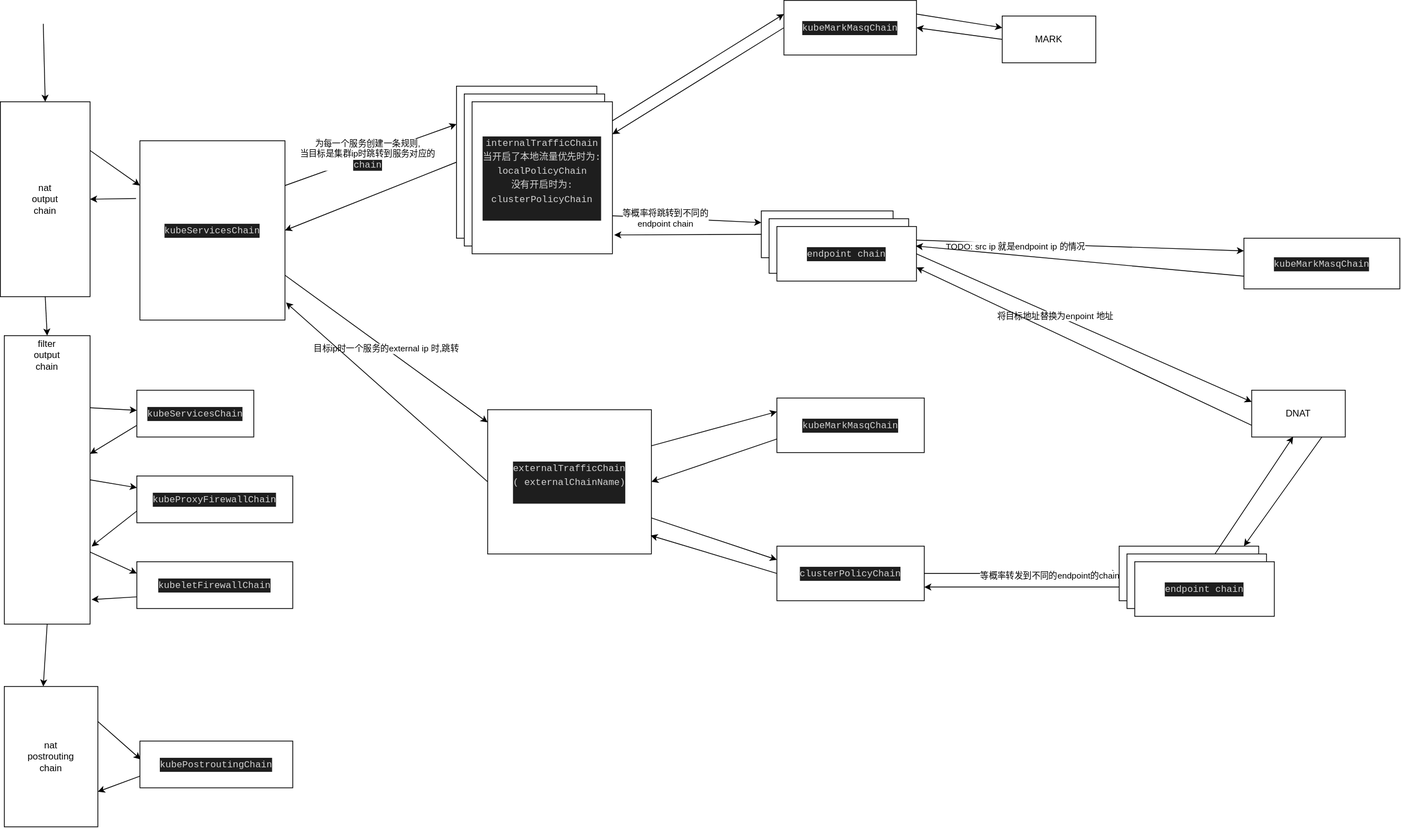
FanHa/fanha.github.io keeps this draw.io diagram as Kubernetes/resource/kubeProxyInitOutputChainJump.drawio.svg. Above is the earlier version. Source tidied: cells renumbered, new cells last; positions are measured from the earlier drawing's top-left corner, leaving out a move shared by most shapes.
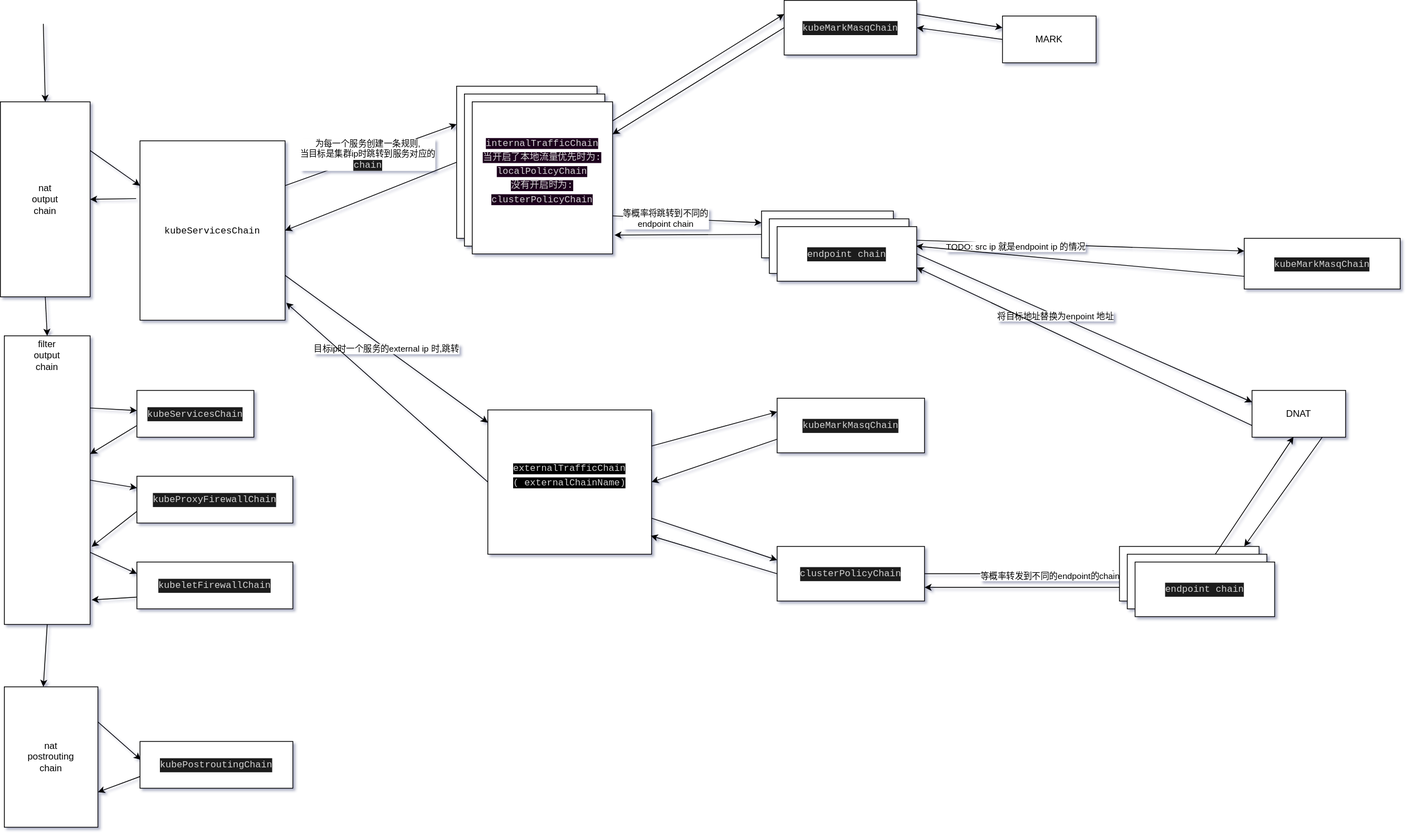
After the change.

Diff of the diagram source:
```diff
@@ -1,4 +1,4 @@
-<mxGraphModel>
+<mxGraphModel shadow="1">
   <root>
     <mxCell id="0" />
     <mxCell id="1" parent="0" />
@@ -61,7 +61,7 @@
     <mxCell id="20" value="目标ip时一个服务的external ip 时,跳转" style="edgeStyle=none;html=1;exitX=1;exitY=0.75;exitDx=0;exitDy=0;" parent="1" edge="1" source="21" target="55">
       <mxGeometry relative="1" as="geometry" />
     </mxCell>
-    <mxCell id="21" value="&lt;div style=&quot;color: rgb(212, 212, 212); background-color: rgb(30, 30, 30); font-family: Menlo, Monaco, &amp;quot;Courier New&amp;quot;, monospace; line-height: 18px;&quot;&gt;kubeServicesChain&lt;/div&gt;" style="rounded=0;whiteSpace=wrap;html=1;" parent="1" vertex="1">
+    <mxCell id="21" value="&lt;div style=&quot;font-family: Menlo, Monaco, &amp;quot;Courier New&amp;quot;, monospace; line-height: 18px;&quot;&gt;kubeServicesChain&lt;/div&gt;" style="rounded=0;whiteSpace=wrap;html=1;" parent="1" vertex="1">
       <mxGeometry x="179" y="180" width="186" height="230" as="geometry" />
     </mxCell>
     <mxCell id="22" style="endArrow=classic;html=1;entryX=0.5;entryY=0;entryDx=0;entryDy=0;" parent="1" edge="1" target="16">
@@ -101,7 +101,7 @@
         <mxPoint y="-1" as="offset" />
       </mxGeometry>
     </mxCell>
-    <mxCell id="33" value="&lt;div style=&quot;color: rgb(212, 212, 212); background-color: rgb(30, 30, 30); font-family: Menlo, Monaco, &amp;quot;Courier New&amp;quot;, monospace; line-height: 18px;&quot;&gt;&lt;div style=&quot;line-height: 18px;&quot;&gt;internalTrafficChain&lt;/div&gt;&lt;div style=&quot;line-height: 18px;&quot;&gt;当开启了本地流量优先时为:&lt;/div&gt;&lt;div style=&quot;line-height: 18px;&quot;&gt;&lt;div style=&quot;line-height: 18px;&quot;&gt;localPolicyChain&lt;/div&gt;&lt;div style=&quot;line-height: 18px;&quot;&gt;没有开启时为:&lt;br&gt;&lt;div style=&quot;line-height: 18px;&quot;&gt;clusterPolicyChain&lt;/div&gt;&lt;div style=&quot;line-height: 18px;&quot;&gt;&lt;br&gt;&lt;/div&gt;&lt;/div&gt;&lt;/div&gt;&lt;/div&gt;" style="rounded=0;whiteSpace=wrap;html=1;" parent="1" vertex="1">
+    <mxCell id="33" value="&lt;div style=&quot;color: rgb(212, 212, 212); font-family: Menlo, Monaco, &amp;quot;Courier New&amp;quot;, monospace; line-height: 18px;&quot;&gt;&lt;div style=&quot;line-height: 18px;&quot;&gt;&lt;span style=&quot;background-color: rgb(30, 0, 30);&quot;&gt;internalTrafficChain&lt;/span&gt;&lt;/div&gt;&lt;div style=&quot;line-height: 18px;&quot;&gt;&lt;span style=&quot;background-color: rgb(30, 0, 30);&quot;&gt;当开启了本地流量优先时为:&lt;/span&gt;&lt;/div&gt;&lt;div style=&quot;line-height: 18px;&quot;&gt;&lt;div style=&quot;line-height: 18px;&quot;&gt;&lt;span style=&quot;background-color: rgb(30, 0, 30);&quot;&gt;localPolicyChain&lt;/span&gt;&lt;/div&gt;&lt;div style=&quot;line-height: 18px;&quot;&gt;&lt;span style=&quot;background-color: rgb(30, 0, 30);&quot;&gt;没有开启时为:&lt;br&gt;&lt;/span&gt;&lt;div style=&quot;line-height: 18px;&quot;&gt;&lt;span style=&quot;background-color: rgb(30, 0, 30);&quot;&gt;clusterPolicyChain&lt;/span&gt;&lt;/div&gt;&lt;div style=&quot;line-height: 18px;&quot;&gt;&lt;br&gt;&lt;/div&gt;&lt;/div&gt;&lt;/div&gt;&lt;/div&gt;" style="rounded=0;whiteSpace=wrap;html=1;" parent="1" vertex="1">
       <mxGeometry x="605" y="130" width="180" height="195" as="geometry" />
     </mxCell>
     <mxCell id="34" style="edgeStyle=none;html=1;exitX=0;exitY=0.5;exitDx=0;exitDy=0;" parent="1" edge="1" source="36" target="33">
@@ -167,7 +167,7 @@
     <mxCell id="54" style="edgeStyle=none;html=1;exitX=1;exitY=0.75;exitDx=0;exitDy=0;entryX=0;entryY=0.25;entryDx=0;entryDy=0;" parent="1" edge="1" source="55" target="61">
       <mxGeometry relative="1" as="geometry" />
     </mxCell>
-    <mxCell id="55" value="&lt;div style=&quot;color: rgb(212, 212, 212); background-color: rgb(30, 30, 30); font-family: Menlo, Monaco, &amp;quot;Courier New&amp;quot;, monospace; line-height: 18px;&quot;&gt;&lt;div style=&quot;line-height: 18px;&quot;&gt;&lt;div style=&quot;line-height: 18px;&quot;&gt;externalTrafficChain&lt;/div&gt;&lt;/div&gt;&lt;div style=&quot;line-height: 18px;&quot;&gt;(&lt;span style=&quot;&quot;&gt;externalChainName)&lt;/span&gt;&lt;/div&gt;&lt;div style=&quot;line-height: 18px;&quot;&gt;&lt;div style=&quot;line-height: 18px;&quot;&gt;&lt;div style=&quot;line-height: 18px;&quot;&gt;&lt;br&gt;&lt;/div&gt;&lt;/div&gt;&lt;/div&gt;&lt;/div&gt;" style="rounded=0;whiteSpace=wrap;html=1;" parent="1" vertex="1">
+    <mxCell id="55" value="&lt;div style=&quot;color: rgb(212, 212, 212); font-family: Menlo, Monaco, &amp;quot;Courier New&amp;quot;, monospace; line-height: 18px;&quot;&gt;&lt;div style=&quot;line-height: 18px;&quot;&gt;&lt;div style=&quot;line-height: 18px;&quot;&gt;&lt;span style=&quot;background-color: rgb(0, 0, 0);&quot;&gt;externalTrafficChain&lt;/span&gt;&lt;/div&gt;&lt;/div&gt;&lt;div style=&quot;line-height: 18px;&quot;&gt;&lt;span style=&quot;background-color: rgb(0, 0, 0);&quot;&gt;(&lt;span style=&quot;&quot;&gt;externalChainName)&lt;/span&gt;&lt;/span&gt;&lt;/div&gt;&lt;div style=&quot;line-height: 18px;&quot;&gt;&lt;div style=&quot;line-height: 18px;&quot;&gt;&lt;div style=&quot;line-height: 18px;&quot;&gt;&lt;br&gt;&lt;/div&gt;&lt;/div&gt;&lt;/div&gt;&lt;/div&gt;" style="rounded=0;whiteSpace=wrap;html=1;" parent="1" vertex="1">
       <mxGeometry x="625" y="525" width="210" height="185" as="geometry" />
     </mxCell>
     <mxCell id="56" style="edgeStyle=none;html=1;exitX=0;exitY=0.75;exitDx=0;exitDy=0;entryX=1;entryY=0.5;entryDx=0;entryDy=0;" parent="1" edge="1" source="57" target="55">
```
